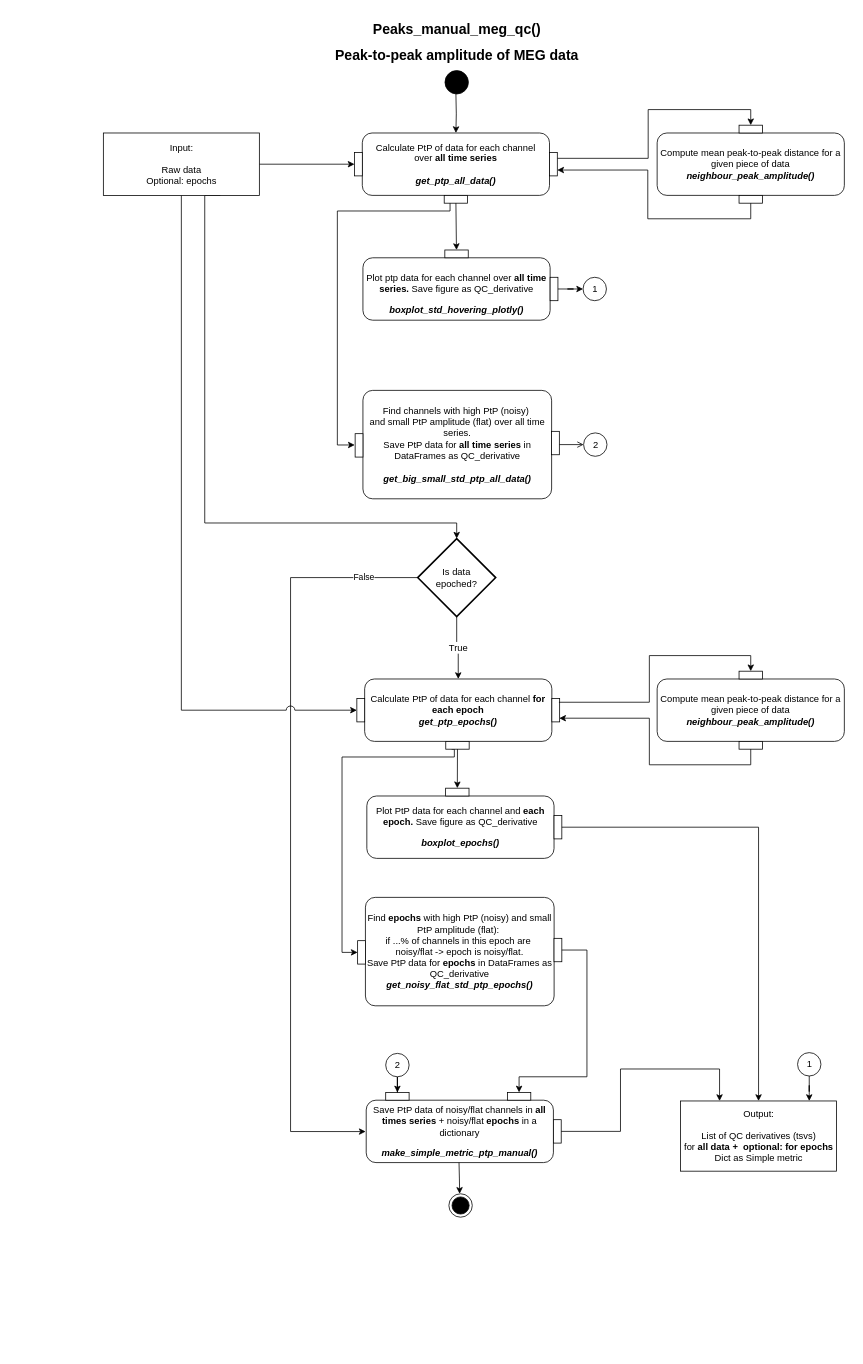
Earlier version of the draw.io diagram docs/diagrams/_PtP_manual_UML2.5.drawio (oldgandalf/MEGqcJorge). Source tidied: cells renumbered, new cells numbered last; positions are measured from the earlier drawing's top-left corner, leaving out a move shared by most shapes. Both pictures are drawn from the tidied source at 78%, with x=0, y=0 at pixel (13, 16).
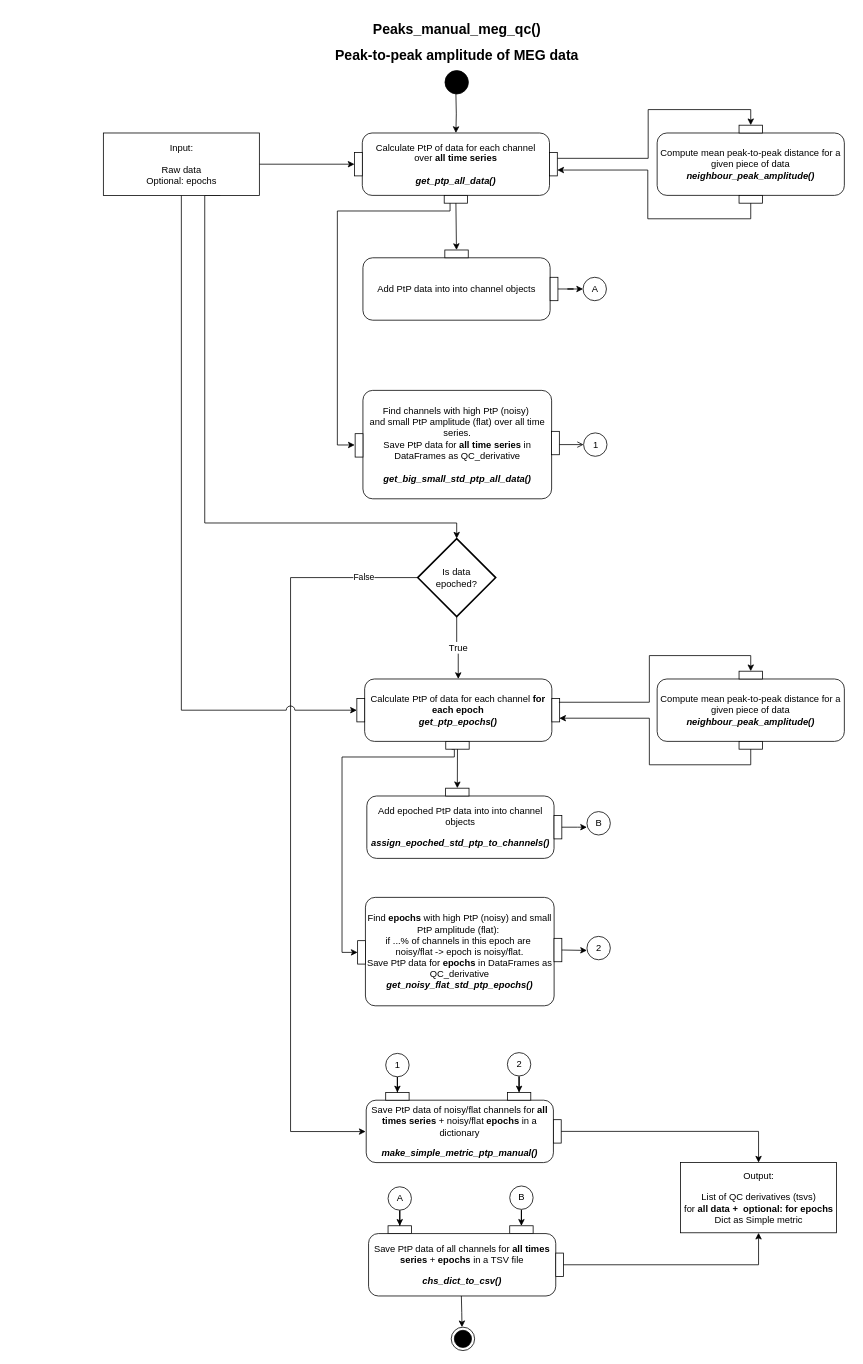
Above is the later version.

Unchanged cells that the change refers to:
```xml
<mxCell id="17" style="group;flipH=1;" parent="1" vertex="1">
  <mxGeometry x="447.8" y="300" width="250" height="90" as="geometry" />
</mxCell>
<mxCell id="29" value="pinOut 1" style="fontStyle=0;labelPosition=right;verticalLabelPosition=middle;align=left;verticalAlign=middle;spacingLeft=2;fontFamily=Helvetica;fontSize=12;noLabel=1;" parent="27" vertex="1">
  <mxGeometry x="241.8" y="62.5" width="10" height="30" as="geometry" />
</mxCell>
<mxCell id="32" style="group;" parent="1" vertex="1">
  <mxGeometry x="442" y="1380" width="260" height="100" as="geometry" />
</mxCell>
<mxCell id="34" value="pinOut 1" style="fontStyle=0;labelPosition=right;verticalLabelPosition=middle;align=left;verticalAlign=middle;spacingLeft=2;fontFamily=Helvetica;fontSize=12;noLabel=1;" parent="32" vertex="1">
  <mxGeometry x="250" y="35" width="10" height="30" as="geometry" />
</mxCell>
<mxCell id="36" value="pinIn 1" style="fontStyle=0;labelPosition=center;verticalLabelPosition=top;align=center;verticalAlign=bottom;spacingLeft=2;fontFamily=Helvetica;fontSize=12;noLabel=1;" parent="32" vertex="1">
  <mxGeometry x="191" width="30" height="10" as="geometry" />
</mxCell>
<mxCell id="42" style="group;" parent="1" vertex="1">
  <mxGeometry x="442.8" y="990" width="260" height="90" as="geometry" />
</mxCell>
<mxCell id="44" value="pinOut 1" style="fontStyle=0;labelPosition=right;verticalLabelPosition=middle;align=left;verticalAlign=middle;spacingLeft=2;fontFamily=Helvetica;fontSize=12;noLabel=1;" parent="42" vertex="1">
  <mxGeometry x="250" y="35" width="10" height="30" as="geometry" />
</mxCell>
```

What changed in the source:
```diff
@@
-    <mxCell id="18" value="&lt;p style=&quot;border-color: var(--border-color);&quot;&gt;Plot ptp data for each channel over&amp;nbsp;&lt;b style=&quot;border-color: var(--border-color);&quot;&gt;all time series.&amp;nbsp;&lt;/b&gt;&lt;span style=&quot;background-color: initial;&quot;&gt;Save figure as QC_derivative&lt;/span&gt;&lt;/p&gt;&lt;i&gt;&lt;b&gt;boxplot_std_hovering_plotly()&lt;/b&gt;&lt;/i&gt;" style="html=1;align=center;verticalAlign=middle;rounded=1;absoluteArcSize=1;arcSize=25;dashed=0;fontFamily=Helvetica;fontSize=12;whiteSpace=wrap;noLabel=0;imageAlign=center;" parent="17" vertex="1">
+    <mxCell id="18" value="&lt;p style=&quot;border-color: var(--border-color);&quot;&gt;Add PtP data into into channel objects&lt;/p&gt;" style="html=1;align=center;verticalAlign=middle;rounded=1;absoluteArcSize=1;arcSize=25;dashed=0;fontFamily=Helvetica;fontSize=12;whiteSpace=wrap;noLabel=0;imageAlign=center;" parent="17" vertex="1">
       <mxGeometry y="10" width="240" height="80" as="geometry" />
     </mxCell>
@@
     <mxCell id="31" value="Output:&lt;br&gt;&lt;br&gt;List of QC derivatives (tsvs) &lt;br&gt;for &lt;b&gt;all data +&amp;nbsp; optional: for epochs&lt;/b&gt;&lt;br&gt;Dict as Simple metric" style="html=1;dashed=0;fontFamily=Helvetica;fontSize=12;fontColor=rgb(0, 0, 0);align=center;strokeColor=rgb(0, 0, 0);fillColor=rgb(255, 255, 255);" parent="1" vertex="1">
-      <mxGeometry x="855" y="1391" width="200" height="90" as="geometry" />
+      <mxGeometry x="855" y="1470" width="200" height="90" as="geometry" />
     </mxCell>
@@
-    <mxCell id="33" value="&lt;p style=&quot;border-color: var(--border-color);&quot;&gt;&lt;font style=&quot;border-color: var(--border-color);&quot;&gt;Save PtP data of noisy/flat channels in&amp;nbsp;&lt;b style=&quot;border-color: var(--border-color);&quot;&gt;all times series&lt;/b&gt;&amp;nbsp;+&amp;nbsp;&lt;/font&gt;noisy/flat&amp;nbsp;&lt;b style=&quot;border-color: var(--border-color);&quot;&gt;epochs&lt;/b&gt;&amp;nbsp;in a dictionary&lt;br style=&quot;border-color: var(--border-color);&quot;&gt;&lt;/p&gt;&lt;p style=&quot;border-color: var(--border-color);&quot;&gt;&lt;b style=&quot;border-color: var(--border-color);&quot;&gt;&lt;i style=&quot;border-color: var(--border-color);&quot;&gt;make_simple_metric_ptp_manual()&lt;/i&gt;&lt;/b&gt;&lt;/p&gt;" style="html=1;align=center;verticalAlign=middle;rounded=1;absoluteArcSize=1;arcSize=25;dashed=0;fontFamily=Helvetica;fontSize=12;whiteSpace=wrap;noLabel=0;imageAlign=center;" parent="32" vertex="1">
+    <mxCell id="33" value="&lt;p style=&quot;border-color: var(--border-color);&quot;&gt;&lt;font style=&quot;border-color: var(--border-color);&quot;&gt;Save PtP data of noisy/flat channels for&amp;nbsp;&lt;b style=&quot;border-color: var(--border-color);&quot;&gt;all times series&lt;/b&gt;&amp;nbsp;+&amp;nbsp;&lt;/font&gt;noisy/flat&amp;nbsp;&lt;b style=&quot;border-color: var(--border-color);&quot;&gt;epochs&lt;/b&gt;&amp;nbsp;in a dictionary&lt;br style=&quot;border-color: var(--border-color);&quot;&gt;&lt;/p&gt;&lt;p style=&quot;border-color: var(--border-color);&quot;&gt;&lt;b style=&quot;border-color: var(--border-color);&quot;&gt;&lt;i style=&quot;border-color: var(--border-color);&quot;&gt;make_simple_metric_ptp_manual()&lt;/i&gt;&lt;/b&gt;&lt;/p&gt;" style="html=1;align=center;verticalAlign=middle;rounded=1;absoluteArcSize=1;arcSize=25;dashed=0;fontFamily=Helvetica;fontSize=12;whiteSpace=wrap;noLabel=0;imageAlign=center;" parent="32" vertex="1">
       <mxGeometry x="10" y="10" width="240" height="80" as="geometry" />
     </mxCell>
@@
-    <mxCell id="37" style="edgeStyle=orthogonalEdgeStyle;rounded=0;orthogonalLoop=1;jettySize=auto;html=1;" parent="1" edge="1">
-      <mxGeometry relative="1" as="geometry">
-        <mxPoint x="571" y="1470" as="sourcePoint" />
-        <mxPoint x="571.8" y="1510" as="targetPoint" />
-      </mxGeometry>
-    </mxCell>
@@
-    <mxCell id="43" value="&lt;p style=&quot;border-color: var(--border-color);&quot;&gt;Plot PtP data for each channel and&amp;nbsp;&lt;b style=&quot;border-color: var(--border-color);&quot;&gt;each epoch.&amp;nbsp;&lt;/b&gt;Save figure as QC_derivative&lt;/p&gt;&lt;p style=&quot;border-color: var(--border-color);&quot;&gt;&lt;b style=&quot;border-color: var(--border-color);&quot;&gt;&lt;i style=&quot;border-color: var(--border-color);&quot;&gt;boxplot_epochs()&lt;/i&gt;&lt;/b&gt;&lt;/p&gt;" style="html=1;align=center;verticalAlign=middle;rounded=1;absoluteArcSize=1;arcSize=25;dashed=0;fontFamily=Helvetica;fontSize=12;whiteSpace=wrap;noLabel=0;imageAlign=center;" parent="42" vertex="1">
+    <mxCell id="43" value="&lt;p style=&quot;border-color: var(--border-color);&quot;&gt;Add epoched PtP data into into channel objects&lt;br&gt;&lt;/p&gt;&lt;p style=&quot;border-color: var(--border-color);&quot;&gt;&lt;b style=&quot;border-color: var(--border-color);&quot;&gt;&lt;i style=&quot;border-color: var(--border-color);&quot;&gt;assign_epoched_std_ptp_to_channels()&lt;/i&gt;&lt;/b&gt;&lt;/p&gt;" style="html=1;align=center;verticalAlign=middle;rounded=1;absoluteArcSize=1;arcSize=25;dashed=0;fontFamily=Helvetica;fontSize=12;whiteSpace=wrap;noLabel=0;imageAlign=center;" parent="42" vertex="1">
       <mxGeometry x="10" y="10" width="240" height="80" as="geometry" />
     </mxCell>
@@
-    <mxCell id="48" value="2" style="ellipse;html=1;" parent="1" vertex="1">
+    <mxCell id="48" value="1" style="ellipse;html=1;" parent="1" vertex="1">
       <mxGeometry x="730.7" y="534.5" width="30" height="30" as="geometry" />
     </mxCell>
@@
-    <mxCell id="50" value="1" style="ellipse;html=1;" parent="1" vertex="1">
+    <mxCell id="50" value="A" style="ellipse;html=1;" parent="1" vertex="1">
       <mxGeometry x="730" y="335" width="30" height="30" as="geometry" />
     </mxCell>
@@
-    <mxCell id="53" value="2" style="ellipse;html=1;" parent="1" vertex="1">
+    <mxCell id="53" value="1" style="ellipse;html=1;" parent="1" vertex="1">
       <mxGeometry x="477" y="1330" width="30" height="30" as="geometry" />
     </mxCell>
@@
-    <mxCell id="57" style="edgeStyle=orthogonalEdgeStyle;rounded=0;jumpStyle=arc;jumpSize=11;jettySize=auto;html=1;entryX=0.825;entryY=0;entryDx=0;entryDy=0;entryPerimeter=0;strokeColor=default;endSize=6;" parent="1" edge="1" source="58" target="31">
-      <mxGeometry relative="1" as="geometry" />
-    </mxCell>
-    <mxCell id="58" value="1" style="ellipse;html=1;" parent="1" vertex="1">
-      <mxGeometry x="1005" y="1329" width="30" height="30" as="geometry" />
-    </mxCell>
@@
     <mxCell id="70" style="edgeStyle=orthogonalEdgeStyle;rounded=0;jettySize=auto;html=1;" parent="1" edge="1" source="29">
       <mxGeometry relative="1" as="geometry">
-        <mxPoint x="648" y="1380" as="targetPoint" />
+        <mxPoint x="735" y="1198" as="targetPoint" />
         <Array as="points">
-          <mxPoint x="735" y="1198" />
-          <mxPoint x="735" y="1360" />
-          <mxPoint x="648" y="1360" />
+          <mxPoint x="705" y="1198" />
+          <mxPoint x="705" y="1198" />
         </Array>
       </mxGeometry>
     </mxCell>
-    <mxCell id="71" style="edgeStyle=orthogonalEdgeStyle;rounded=0;jettySize=auto;html=1;entryX=0.5;entryY=0;entryDx=0;entryDy=0;" parent="1" edge="1" source="44" target="31">
-      <mxGeometry relative="1" as="geometry" />
+    <mxCell id="71" style="edgeStyle=orthogonalEdgeStyle;rounded=0;jettySize=auto;html=1;" parent="1" edge="1" source="44">
+      <mxGeometry relative="1" as="geometry">
+        <mxPoint x="735" y="1040" as="targetPoint" />
+      </mxGeometry>
     </mxCell>
-    <mxCell id="72" style="edgeStyle=orthogonalEdgeStyle;rounded=0;jettySize=auto;html=1;entryX=0.25;entryY=0;entryDx=0;entryDy=0;" parent="1" edge="1" source="34" target="31">
+    <mxCell id="72" style="edgeStyle=orthogonalEdgeStyle;rounded=0;jettySize=auto;html=1;entryX=0.5;entryY=0;entryDx=0;entryDy=0;" parent="1" edge="1" source="34" target="31">
       <mxGeometry relative="1" as="geometry">
         <Array as="points">
-          <mxPoint x="778" y="1430" />
-          <mxPoint x="778" y="1350" />
-          <mxPoint x="905" y="1350" />
+          <mxPoint x="955" y="1430" />
         </Array>
       </mxGeometry>
     </mxCell>
@@
-    <mxCell id="74" style="ellipse;html=1;shape=endState;fillColor=strokeColor;" parent="1" vertex="1">
-      <mxGeometry x="558" y="1510" width="30" height="30" as="geometry" />
-    </mxCell>
+    <mxCell id="75" value="B" style="ellipse;html=1;" parent="1" vertex="1">
+      <mxGeometry x="735" y="1020" width="30" height="30" as="geometry" />
+    </mxCell>
+    <mxCell id="76" value="2" style="ellipse;html=1;" parent="1" vertex="1">
+      <mxGeometry x="735" y="1180" width="30" height="30" as="geometry" />
+    </mxCell>
+    <mxCell id="77" style="edgeStyle=orthogonalEdgeStyle;rounded=0;jettySize=auto;html=1;entryX=0.5;entryY=0;entryDx=0;entryDy=0;" parent="1" edge="1" source="78" target="36">
+      <mxGeometry relative="1" as="geometry" />
+    </mxCell>
+    <mxCell id="78" value="2" style="ellipse;html=1;" parent="1" vertex="1">
+      <mxGeometry x="633" y="1329" width="30" height="30" as="geometry" />
+    </mxCell>
+    <mxCell id="79" style="group;" parent="1" vertex="1">
+      <mxGeometry x="445" y="1551" width="260" height="100" as="geometry" />
+    </mxCell>
+    <mxCell id="80" value="&lt;p style=&quot;border-color: var(--border-color);&quot;&gt;&lt;font style=&quot;border-color: var(--border-color);&quot;&gt;Save PtP data of all channels for&amp;nbsp;&lt;b style=&quot;border-color: var(--border-color);&quot;&gt;all times series&lt;/b&gt;&amp;nbsp;+&amp;nbsp;&lt;/font&gt;&lt;b style=&quot;border-color: var(--border-color);&quot;&gt;epochs&lt;/b&gt;&amp;nbsp;in a TSV file&lt;br style=&quot;border-color: var(--border-color);&quot;&gt;&lt;/p&gt;&lt;p style=&quot;border-color: var(--border-color);&quot;&gt;&lt;b style=&quot;border-color: var(--border-color);&quot;&gt;&lt;i style=&quot;border-color: var(--border-color);&quot;&gt;chs_dict_to_csv()&lt;/i&gt;&lt;/b&gt;&lt;/p&gt;" style="html=1;align=center;verticalAlign=middle;rounded=1;absoluteArcSize=1;arcSize=25;dashed=0;fontFamily=Helvetica;fontSize=12;whiteSpace=wrap;noLabel=0;imageAlign=center;" parent="79" vertex="1">
+      <mxGeometry x="10" y="10" width="240" height="80" as="geometry" />
+    </mxCell>
+    <mxCell id="81" value="pinOut 1" style="fontStyle=0;labelPosition=right;verticalLabelPosition=middle;align=left;verticalAlign=middle;spacingLeft=2;fontFamily=Helvetica;fontSize=12;noLabel=1;" parent="79" vertex="1">
+      <mxGeometry x="250" y="35" width="10" height="30" as="geometry" />
+    </mxCell>
+    <mxCell id="82" value="pinIn 1" style="fontStyle=0;labelPosition=center;verticalLabelPosition=top;align=center;verticalAlign=bottom;spacingLeft=2;fontFamily=Helvetica;fontSize=12;noLabel=1;" parent="79" vertex="1">
+      <mxGeometry x="35" width="30" height="10" as="geometry" />
+    </mxCell>
+    <mxCell id="83" value="pinIn 1" style="fontStyle=0;labelPosition=center;verticalLabelPosition=top;align=center;verticalAlign=bottom;spacingLeft=2;fontFamily=Helvetica;fontSize=12;noLabel=1;" parent="79" vertex="1">
+      <mxGeometry x="191" width="30" height="10" as="geometry" />
+    </mxCell>
+    <mxCell id="84" style="edgeStyle=orthogonalEdgeStyle;rounded=0;orthogonalLoop=1;jettySize=auto;html=1;" parent="1" edge="1">
+      <mxGeometry relative="1" as="geometry">
+        <mxPoint x="574" y="1641" as="sourcePoint" />
+        <mxPoint x="574.8" y="1681" as="targetPoint" />
+      </mxGeometry>
+    </mxCell>
+    <mxCell id="85" style="edgeStyle=orthogonalEdgeStyle;rounded=0;jumpStyle=arc;jumpSize=11;jettySize=auto;html=1;entryX=0.5;entryY=0;entryDx=0;entryDy=0;strokeColor=default;endSize=6;" parent="1" edge="1" source="86" target="82">
+      <mxGeometry relative="1" as="geometry" />
+    </mxCell>
+    <mxCell id="86" value="A" style="ellipse;html=1;" parent="1" vertex="1">
+      <mxGeometry x="480" y="1501" width="30" height="30" as="geometry" />
+    </mxCell>
+    <mxCell id="87" style="ellipse;html=1;shape=endState;fillColor=strokeColor;" parent="1" vertex="1">
+      <mxGeometry x="561" y="1681" width="30" height="30" as="geometry" />
+    </mxCell>
+    <mxCell id="88" style="edgeStyle=orthogonalEdgeStyle;rounded=0;jettySize=auto;html=1;entryX=0.5;entryY=0;entryDx=0;entryDy=0;" parent="1" edge="1" source="89" target="83">
+      <mxGeometry relative="1" as="geometry" />
+    </mxCell>
+    <mxCell id="89" value="B" style="ellipse;html=1;" parent="1" vertex="1">
+      <mxGeometry x="636" y="1500" width="30" height="30" as="geometry" />
+    </mxCell>
+    <mxCell id="90" style="edgeStyle=orthogonalEdgeStyle;rounded=0;jettySize=auto;html=1;entryX=0.5;entryY=1;entryDx=0;entryDy=0;" parent="1" edge="1" source="81" target="31">
+      <mxGeometry relative="1" as="geometry" />
+    </mxCell>
```
